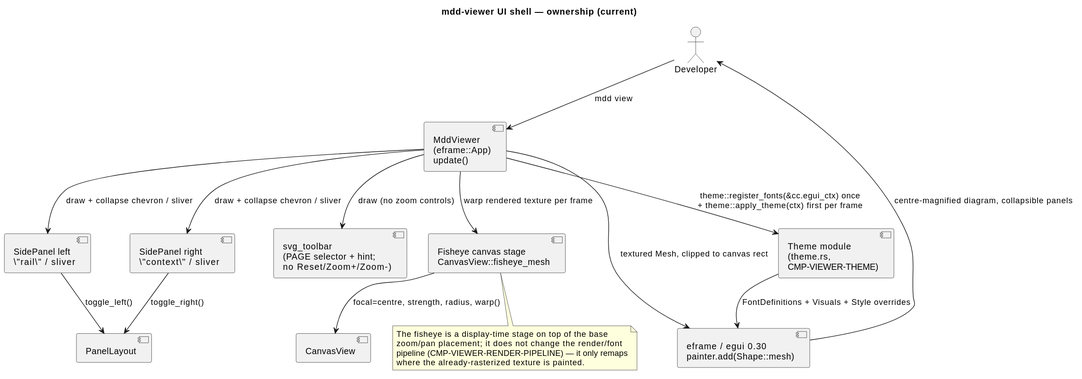
cthadeufaria/model-driven-development keeps this PlantUML diagram as .mdd/rendered/models/current/components/viewer-shell.svg. Above is the earlier version.
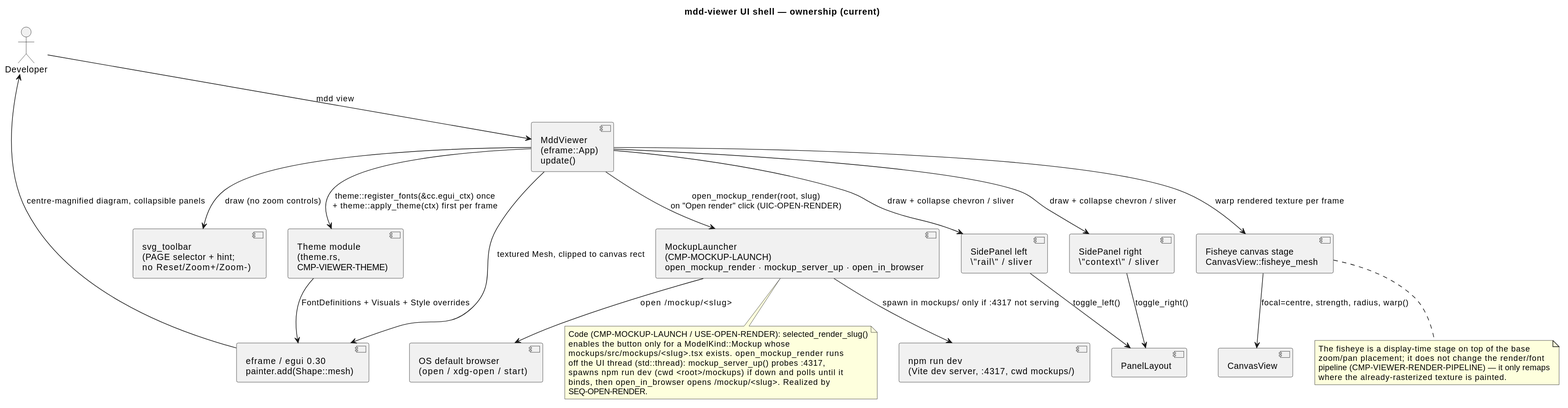
After the commit.

The edit, as a diff of the source:
```diff
@@ -32,4 +32,22 @@
   pipeline (CMP-VIEWER-RENDER-PIPELINE) — it only remaps
   where the already-rasterized texture is painted.
 end note
+
+component "MockupLauncher\n(CMP-MOCKUP-LAUNCH)\nopen_mockup_render · mockup_server_up · open_in_browser" as Launch
+component "npm run dev\n(Vite dev server, :4317, cwd mockups/)" as Vite
+component "OS default browser\n(open / xdg-open / start)" as Browser
+
+Viewer --> Launch : open_mockup_render(root, slug)\non "Open render" click (UIC-OPEN-RENDER)
+Launch --> Vite : spawn in mockups/ only if :4317 not serving
+Launch --> Browser : open /mockup/<slug>
+
+note bottom of Launch
+  Code (CMP-MOCKUP-LAUNCH / USE-OPEN-RENDER): selected_render_slug()
+  enables the button only for a ModelKind::Mockup whose
+  mockups/src/mockups/<slug>.tsx exists. open_mockup_render runs
+  off the UI thread (std::thread): mockup_server_up() probes :4317,
+  spawns npm run dev (cwd <root>/mockups) if down and polls until it
+  binds, then open_in_browser opens /mockup/<slug>. Realized by
+  SEQ-OPEN-RENDER.
+end note
 @enduml
```
